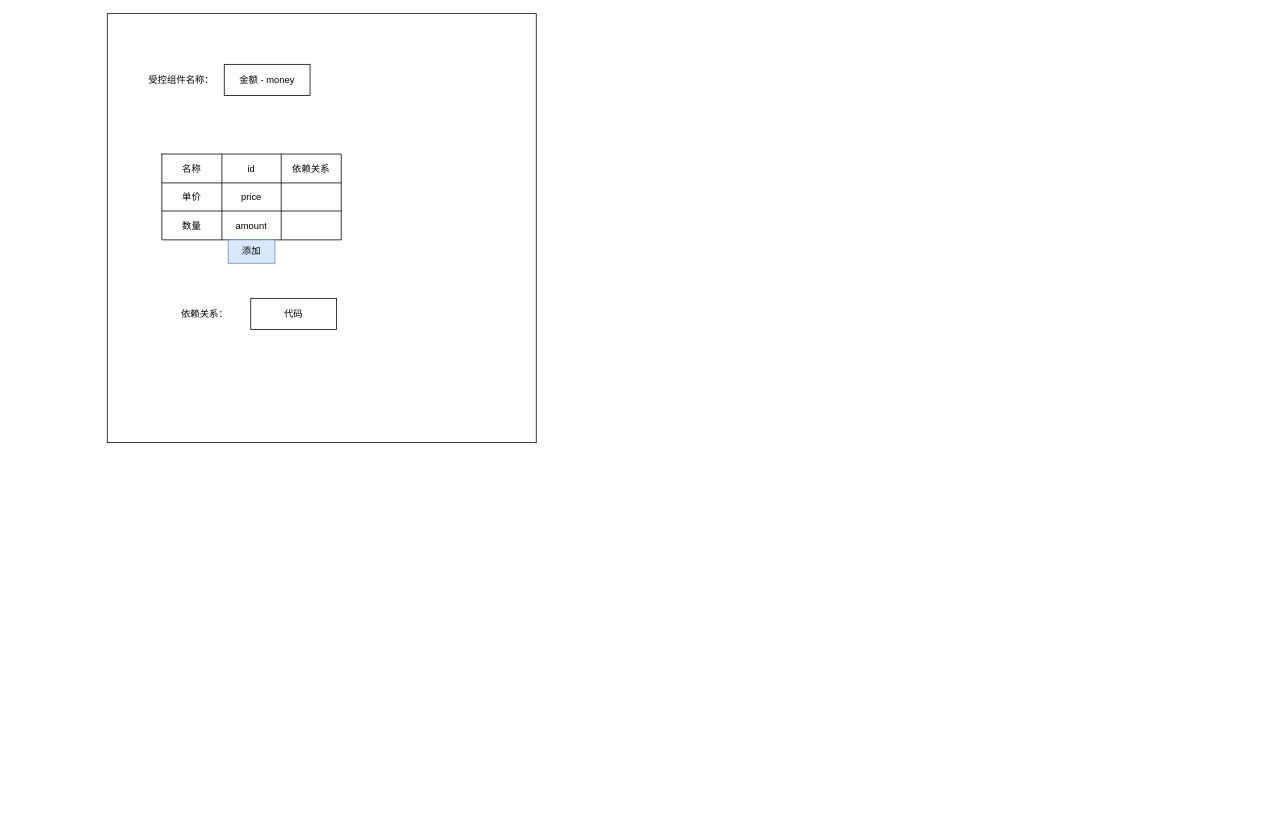
The draw.io diagram page "第 4 页" (4 of 6) of form-linkages.drawio in DUANQY0818/diagrams-collection, before the edit. Source tidied: cells renumbered, new cells numbered last; positions are measured from the earlier drawing's top-left corner, leaving out a move shared by most shapes. Both pictures are drawn from the tidied source at 78%, with x=0, y=0 at pixel (107, 13).
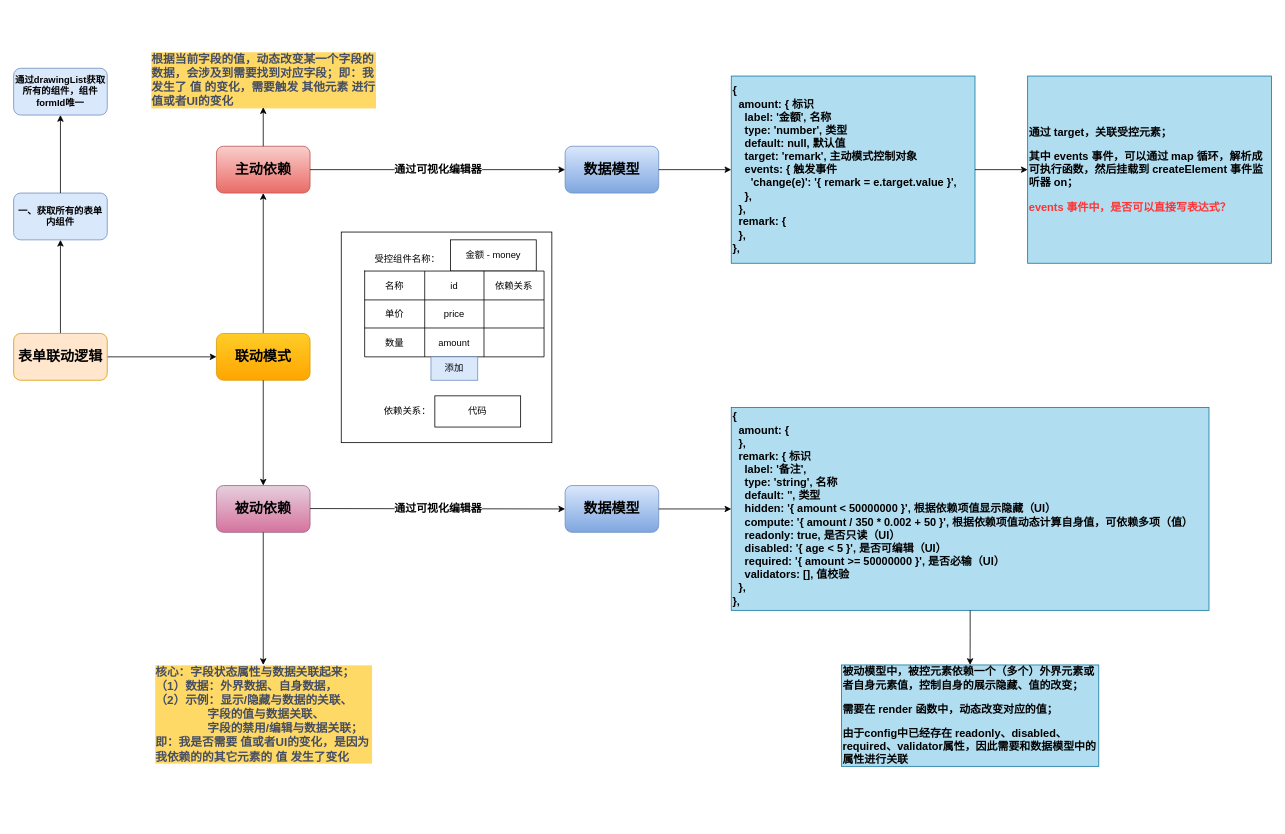
Above is the later version.

What changed in the source:
```diff
@@
-    <mxCell id="2" style="whiteSpace=wrap;html=1;" parent="1" vertex="1">
-      <mxGeometry width="550" height="550" as="geometry" />
-    </mxCell>
+    <mxCell id="21" style="edgeStyle=orthogonalEdgeStyle;rounded=0;jettySize=auto;html=1;" parent="1" edge="1" source="23" target="25">
+      <mxGeometry relative="1" as="geometry" />
+    </mxCell>
+    <mxCell id="22" style="edgeStyle=orthogonalEdgeStyle;rounded=0;jettySize=auto;html=1;entryX=0;entryY=0.5;entryDx=0;entryDy=0;" parent="1" edge="1" source="23" target="29">
+      <mxGeometry relative="1" as="geometry" />
+    </mxCell>
+    <mxCell id="23" value="表单联动逻辑" style="rounded=1;whiteSpace=wrap;html=1;fillColor=#ffe6cc;strokeColor=#d79b00;fontSize=18;fontStyle=1;" parent="1" vertex="1">
+      <mxGeometry x="-120" y="410" width="120" height="60" as="geometry" />
+    </mxCell>
+    <mxCell id="24" style="group;" parent="1" vertex="1">
+      <mxGeometry x="-120" y="70" width="120" height="220" as="geometry" />
+    </mxCell>
+    <mxCell id="25" value="&lt;h4&gt;一、获取所有的表单内组件&lt;/h4&gt;" style="rounded=1;whiteSpace=wrap;html=1;fillColor=#dae8fc;strokeColor=#6c8ebf;" parent="24" vertex="1">
+      <mxGeometry y="160" width="120" height="60" as="geometry" />
+    </mxCell>
+    <mxCell id="26" value="&lt;h4&gt;通过drawingList获取所有的组件，组件formId唯一&lt;/h4&gt;" style="rounded=1;whiteSpace=wrap;html=1;fillColor=#dae8fc;strokeColor=#6c8ebf;" parent="24" vertex="1">
+      <mxGeometry width="120" height="60" as="geometry" />
+    </mxCell>
+    <mxCell id="27" style="edgeStyle=orthogonalEdgeStyle;rounded=0;jettySize=auto;html=1;" parent="24" edge="1" source="25" target="26">
+      <mxGeometry relative="1" as="geometry" />
+    </mxCell>
+    <mxCell id="28" style="edgeStyle=orthogonalEdgeStyle;rounded=1;jettySize=auto;html=1;entryX=0.5;entryY=1;entryDx=0;entryDy=0;fontSize=20;fontColor=#000000;" parent="1" edge="1" source="29" target="42">
+      <mxGeometry relative="1" as="geometry" />
+    </mxCell>
+    <mxCell id="29" value="联动模式" style="rounded=1;whiteSpace=wrap;html=1;fillColor=#ffcd28;strokeColor=#d79b00;fontSize=18;fontStyle=1;gradientColor=#ffa500;" parent="1" vertex="1">
+      <mxGeometry x="140" y="410" width="120" height="60" as="geometry" />
+    </mxCell>
+    <mxCell id="30" style="edgeStyle=orthogonalEdgeStyle;rounded=1;jettySize=auto;html=1;fontSize=20;fontColor=#000000;" parent="1" edge="1" source="29" target="32">
+      <mxGeometry relative="1" as="geometry" />
+    </mxCell>
+    <mxCell id="31" style="group;" parent="1" vertex="1">
+      <mxGeometry x="60" y="505" width="1152.5" height="530" as="geometry" />
+    </mxCell>
+    <mxCell id="32" value="被动依赖" style="rounded=1;whiteSpace=wrap;html=1;fillColor=#e6d0de;strokeColor=#996185;fontSize=18;fontStyle=1;gradientColor=#d5739d;" parent="31" vertex="1">
+      <mxGeometry x="80" y="100" width="120" height="60" as="geometry" />
+    </mxCell>
+    <mxCell id="33" value="&lt;span style=&quot;color: rgb(69 , 77 , 100) ; font-size: 15px&quot;&gt;核心：字段状态属性与数据关联起来；&lt;br&gt;（1）数据：外界数据、自身数据，&lt;br&gt;（2）&lt;/span&gt;&lt;span style=&quot;color: rgb(69 , 77 , 100) ; font-size: 15px&quot;&gt;示例&lt;/span&gt;&lt;span style=&quot;color: rgb(69 , 77 , 100) ; font-size: 15px&quot;&gt;：显示/隐藏与数据的关联、&lt;br&gt;&lt;span&gt; &lt;/span&gt;&lt;span&gt; &lt;/span&gt;&amp;nbsp; &amp;nbsp; &lt;span style=&quot;white-space: pre&quot;&gt;&#9;&lt;/span&gt;&lt;span style=&quot;white-space: pre&quot;&gt;&#9;&lt;/span&gt;字段的值与数据关联、&lt;br&gt;&lt;span&gt; &lt;/span&gt;&lt;span&gt; &lt;/span&gt;&amp;nbsp; &amp;nbsp; &lt;span style=&quot;white-space: pre&quot;&gt;&#9;&lt;/span&gt;&lt;span style=&quot;white-space: pre&quot;&gt;&#9;&lt;/span&gt;字段的禁用/编辑与数据关联；&lt;br&gt;即：我是否需要 值或者UI的变化，是因为我依赖的的其它元素的 值 发生了变化&lt;br&gt;&lt;/span&gt;" style="text;html=1;strokeColor=none;fillColor=none;align=left;verticalAlign=middle;whiteSpace=wrap;rounded=0;labelBackgroundColor=#FFD966;fontStyle=1;fontFamily=Helvetica;" parent="31" vertex="1">
+      <mxGeometry y="330" width="280" height="125" as="geometry" />
+    </mxCell>
+    <mxCell id="34" style="edgeStyle=orthogonalEdgeStyle;rounded=0;jettySize=auto;html=1;entryX=0.5;entryY=0;entryDx=0;entryDy=0;fontSize=14;" parent="31" edge="1" source="32" target="33">
+      <mxGeometry relative="1" as="geometry" />
+    </mxCell>
+    <mxCell id="35" value="数据模型" style="rounded=1;whiteSpace=wrap;html=1;fillColor=#dae8fc;strokeColor=#6c8ebf;fontSize=18;fontStyle=1;gradientColor=#7ea6e0;" parent="31" vertex="1">
+      <mxGeometry x="527" y="100" width="120" height="60" as="geometry" />
+    </mxCell>
+    <mxCell id="36" value="&lt;h3&gt;{&lt;br&gt;&amp;nbsp; amount: {&amp;nbsp;&lt;br&gt;&amp;nbsp; },&lt;br&gt;&amp;nbsp; remark: {&#9;&#9;&#9;&#9;标识&lt;br&gt;&amp;nbsp; &amp;nbsp; label: '备注',&lt;br&gt;&amp;nbsp; &amp;nbsp; type: 'string',&#9;&#9;名称&lt;br&gt;&amp;nbsp; &amp;nbsp; default: '',&#9;&#9;类型&lt;br&gt;&amp;nbsp; &amp;nbsp; hidden: '{ amount &amp;lt; 50000000 }',&#9;&#9;&#9;根据依赖项值显示隐藏（UI）&lt;br&gt;&amp;nbsp; &amp;nbsp; compute: '{ amount / 350 * 0.002 + 50 }',&#9;根据依赖项值动态计算自身值，可依赖多项（值）&lt;br&gt;&amp;nbsp; &amp;nbsp; readonly: true,&#9;&#9;&#9;&#9;&#9;&#9;&#9;&#9;是否只读（UI）&lt;br&gt;&amp;nbsp; &amp;nbsp; disabled: '{ age &amp;lt; 5 }',&#9;&#9;&#9;&#9;&#9;是否可编辑（UI）&lt;br&gt;&amp;nbsp; &amp;nbsp; required: '{ amount &amp;gt;= 50000000 }',&#9;&#9;&#9;是否必输（UI）&lt;br&gt;&amp;nbsp; &amp;nbsp; validators: [],&#9;&#9;&#9;&#9;&#9;&#9;&#9;&#9;值校验&lt;br&gt;&amp;nbsp; },&lt;br&gt;},&lt;/h3&gt;" style="whiteSpace=wrap;html=1;fillColor=#b1ddf0;strokeColor=#10739e;rounded=0;align=left;" parent="31" vertex="1">
+      <mxGeometry x="740" width="612.5" height="260" as="geometry" />
+    </mxCell>
+    <mxCell id="37" style="edgeStyle=orthogonalEdgeStyle;rounded=0;jettySize=auto;html=1;" parent="31" edge="1" source="35" target="36">
+      <mxGeometry relative="1" as="geometry" />
+    </mxCell>
+    <mxCell id="38" value="&lt;b&gt;通过可视化编辑器&lt;/b&gt;" style="endArrow=classic;html=1;rounded=0;fontFamily=Helvetica;fontSize=14;entryX=0;entryY=0.5;entryDx=0;entryDy=0;" parent="31" edge="1" target="35">
+      <mxGeometry relative="1" as="geometry">
+        <mxPoint x="200" y="129.5" as="sourcePoint" />
+      </mxGeometry>
+    </mxCell>
+    <mxCell id="39" value="&lt;h3&gt;被动模型中，被控元素依赖一个（多个）外界元素或者自身元素值，控制自身的展示隐藏、值的改变；&lt;/h3&gt;&lt;h3&gt;需要在 render 函数中，动态改变对应的值；&lt;/h3&gt;&lt;h3&gt;由于config中已经存在 readonly、disabled、required、validator属性，因此需要和数据模型中的属性进行关联&lt;/h3&gt;" style="whiteSpace=wrap;html=1;fillColor=#b1ddf0;strokeColor=#10739e;rounded=0;align=left;" parent="31" vertex="1">
+      <mxGeometry x="881.2" y="330" width="330" height="130" as="geometry" />
+    </mxCell>
+    <mxCell id="40" style="edgeStyle=orthogonalEdgeStyle;rounded=0;jettySize=auto;html=1;fontFamily=Helvetica;fontSize=14;fontColor=#FF3333;" parent="31" edge="1" source="36" target="39">
+      <mxGeometry relative="1" as="geometry" />
+    </mxCell>
+    <mxCell id="41" style="group;" parent="1" vertex="1">
+      <mxGeometry x="55" y="50" width="1437.5" height="505" as="geometry" />
+    </mxCell>
+    <mxCell id="42" value="主动依赖" style="rounded=1;whiteSpace=wrap;html=1;fillColor=#f8cecc;strokeColor=#b85450;fontSize=18;fontStyle=1;gradientColor=#ea6b66;" parent="41" vertex="1">
+      <mxGeometry x="85" y="120" width="120" height="60" as="geometry" />
+    </mxCell>
+    <mxCell id="43" value="&lt;span style=&quot;color: rgb(69 , 77 , 100) ; font-family: &amp;quot;helvetica&amp;quot; ; font-size: 15px&quot;&gt;根据当前字段的值，动态改变某一个字段的数据，会涉及到需要找到对应字段；即：我发生了 值 的变化，需要触发 其他元素 进行 值或者UI的变化&lt;/span&gt;" style="text;html=1;strokeColor=none;fillColor=none;align=left;verticalAlign=middle;whiteSpace=wrap;rounded=0;labelBackgroundColor=#FFD966;horizontal=1;fontStyle=1;" parent="41" vertex="1">
+      <mxGeometry width="290" height="70" as="geometry" />
+    </mxCell>
+    <mxCell id="44" style="edgeStyle=orthogonalEdgeStyle;rounded=0;jettySize=auto;html=1;" parent="41" edge="1" source="42" target="43">
+      <mxGeometry relative="1" as="geometry" />
+    </mxCell>
+    <mxCell id="45" value="数据模型" style="rounded=1;whiteSpace=wrap;html=1;fillColor=#dae8fc;strokeColor=#6c8ebf;fontSize=18;fontStyle=1;gradientColor=#7ea6e0;" parent="41" vertex="1">
+      <mxGeometry x="532" y="120" width="120" height="60" as="geometry" />
+    </mxCell>
+    <mxCell id="46" value="&lt;h3&gt;{&lt;br&gt;&amp;nbsp; amount: {&#9;&#9;&#9;&#9;标识&lt;br&gt;&amp;nbsp; &amp;nbsp; label: '金额',&#9;&#9;名称&lt;br&gt;&amp;nbsp; &amp;nbsp; type: 'number',&#9;&#9;类型&lt;br&gt;&amp;nbsp; &amp;nbsp; default: null,&#9;&#9;默认值&lt;br&gt;&amp;nbsp; &amp;nbsp; target: 'remark',&#9;主动模式控制对象&lt;br&gt;&amp;nbsp; &amp;nbsp; events: {&#9;&#9;&#9;触发事件&lt;br&gt;&amp;nbsp; &amp;nbsp; &amp;nbsp; 'change(e)': '{ remark = e.target.value }',&lt;br&gt;&amp;nbsp; &amp;nbsp; },&lt;br&gt;&amp;nbsp; },&lt;br&gt;&amp;nbsp; remark: {&lt;br&gt;&amp;nbsp; },&lt;br&gt;},&lt;/h3&gt;" style="whiteSpace=wrap;html=1;fillColor=#b1ddf0;rounded=0;align=left;strokeColor=#10739e;" parent="41" vertex="1">
+      <mxGeometry x="745" y="30" width="312.5" height="240" as="geometry" />
+    </mxCell>
+    <mxCell id="47" style="edgeStyle=orthogonalEdgeStyle;rounded=0;jettySize=auto;html=1;fontSize=14;" parent="41" edge="1" source="45" target="46">
+      <mxGeometry relative="1" as="geometry" />
+    </mxCell>
+    <mxCell id="48" value="&lt;b&gt;通过可视化编辑器&lt;/b&gt;" style="endArrow=classic;html=1;rounded=0;fontFamily=Helvetica;fontSize=14;entryX=0;entryY=0.5;entryDx=0;entryDy=0;" parent="41" edge="1" target="45">
+      <mxGeometry relative="1" as="geometry">
+        <mxPoint x="205" y="150" as="sourcePoint" />
+      </mxGeometry>
+    </mxCell>
+    <mxCell id="49" style="group;" parent="41" vertex="1">
+      <mxGeometry x="245" y="230" width="270" height="275" as="geometry" />
+    </mxCell>
+    <mxCell id="50" style="whiteSpace=wrap;html=1;" parent="49" vertex="1">
+      <mxGeometry width="270" height="270" as="geometry" />
+    </mxCell>
-    <mxCell id="3" value="金额 - money" style="rounded=0;whiteSpace=wrap;html=1;" parent="1" vertex="1">
-      <mxGeometry x="150" y="65" width="110" height="40" as="geometry" />
+    <mxCell id="3" value="金额 - money" style="rounded=0;whiteSpace=wrap;html=1;" parent="49" vertex="1">
+      <mxGeometry x="140" y="10" width="110" height="40" as="geometry" />
     </mxCell>
-    <mxCell id="4" value="受控组件名称：" style="text;html=1;strokeColor=none;fillColor=none;align=center;verticalAlign=middle;whiteSpace=wrap;rounded=0;" parent="1" vertex="1">
-      <mxGeometry x="40" y="70" width="110" height="30" as="geometry" />
+    <mxCell id="4" value="受控组件名称：" style="text;html=1;strokeColor=none;fillColor=none;align=center;verticalAlign=middle;whiteSpace=wrap;rounded=0;" parent="49" vertex="1">
+      <mxGeometry x="30" y="20" width="110" height="30" as="geometry" />
     </mxCell>
-    <mxCell id="5" style="shape=table;html=1;whiteSpace=wrap;startSize=0;childLayout=tableLayout;" parent="1" vertex="1">
-      <mxGeometry x="70" y="180" width="230" height="110" as="geometry" />
-    </mxCell>
+    <mxCell id="51" style="shape=table;html=1;whiteSpace=wrap;startSize=0;childLayout=tableLayout;" parent="49" vertex="1">
+      <mxGeometry x="30" y="50" width="230" height="110" as="geometry" />
+    </mxCell>
-    <mxCell id="6" style="shape=tableRow;horizontal=0;startSize=0;swimlaneHead=0;swimlaneBody=0;top=0;left=0;bottom=0;right=0;fillColor=none;" parent="5" vertex="1">
+    <mxCell id="6" style="shape=tableRow;horizontal=0;startSize=0;swimlaneHead=0;swimlaneBody=0;top=0;left=0;bottom=0;right=0;fillColor=none;" parent="51" vertex="1">
       <mxGeometry width="230" height="37" as="geometry" />
     </mxCell>
@@
-    <mxCell id="10" style="shape=tableRow;horizontal=0;startSize=0;swimlaneHead=0;swimlaneBody=0;top=0;left=0;bottom=0;right=0;fillColor=none;" parent="5" vertex="1">
+    <mxCell id="10" style="shape=tableRow;horizontal=0;startSize=0;swimlaneHead=0;swimlaneBody=0;top=0;left=0;bottom=0;right=0;fillColor=none;" parent="51" vertex="1">
       <mxGeometry y="37" width="230" height="36" as="geometry" />
     </mxCell>
@@
-    <mxCell id="14" style="shape=tableRow;horizontal=0;startSize=0;swimlaneHead=0;swimlaneBody=0;top=0;left=0;bottom=0;right=0;fillColor=none;" parent="5" vertex="1">
+    <mxCell id="14" style="shape=tableRow;horizontal=0;startSize=0;swimlaneHead=0;swimlaneBody=0;top=0;left=0;bottom=0;right=0;fillColor=none;" parent="51" vertex="1">
       <mxGeometry y="73" width="230" height="37" as="geometry" />
     </mxCell>
@@
-    <mxCell id="18" value="添加" style="text;html=1;strokeColor=#6c8ebf;fillColor=#dae8fc;align=center;verticalAlign=middle;whiteSpace=wrap;rounded=0;" parent="1" vertex="1">
-      <mxGeometry x="155" y="290" width="60" height="30" as="geometry" />
+    <mxCell id="18" value="添加" style="text;html=1;strokeColor=#6c8ebf;fillColor=#dae8fc;align=center;verticalAlign=middle;whiteSpace=wrap;rounded=0;" parent="49" vertex="1">
+      <mxGeometry x="115" y="160" width="60" height="30" as="geometry" />
     </mxCell>
-    <mxCell id="19" value="代码" style="rounded=0;whiteSpace=wrap;html=1;" parent="1" vertex="1">
-      <mxGeometry x="184" y="365" width="110" height="40" as="geometry" />
+    <mxCell id="19" value="代码" style="rounded=0;whiteSpace=wrap;html=1;" parent="49" vertex="1">
+      <mxGeometry x="120" y="210" width="110" height="40" as="geometry" />
     </mxCell>
-    <mxCell id="20" value="依赖关系：" style="text;html=1;strokeColor=none;fillColor=none;align=center;verticalAlign=middle;whiteSpace=wrap;rounded=0;" parent="1" vertex="1">
-      <mxGeometry x="70" y="370" width="110" height="30" as="geometry" />
+    <mxCell id="20" value="依赖关系：" style="text;html=1;strokeColor=none;fillColor=none;align=center;verticalAlign=middle;whiteSpace=wrap;rounded=0;" parent="49" vertex="1">
+      <mxGeometry x="30" y="215" width="110" height="30" as="geometry" />
     </mxCell>
+    <mxCell id="52" value="&lt;h3&gt;通过 target，关联受控元素；&lt;/h3&gt;&lt;h3&gt;其中 events 事件，可以通过 map 循环，解析成可执行函数，然后挂载到 createElement 事件监听器 on；&lt;/h3&gt;&lt;h3&gt;&lt;font color=&quot;#ff3333&quot;&gt;events 事件中，是否可以直接写表达式？&lt;/font&gt;&lt;/h3&gt;" style="whiteSpace=wrap;html=1;fillColor=#b1ddf0;rounded=0;align=left;strokeColor=#10739e;" parent="41" vertex="1">
+      <mxGeometry x="1125" y="30" width="312.5" height="240" as="geometry" />
+    </mxCell>
+    <mxCell id="53" style="edgeStyle=orthogonalEdgeStyle;rounded=0;jettySize=auto;html=1;fontFamily=Helvetica;fontSize=14;" parent="41" edge="1" source="46" target="52">
+      <mxGeometry relative="1" as="geometry" />
+    </mxCell>
```
